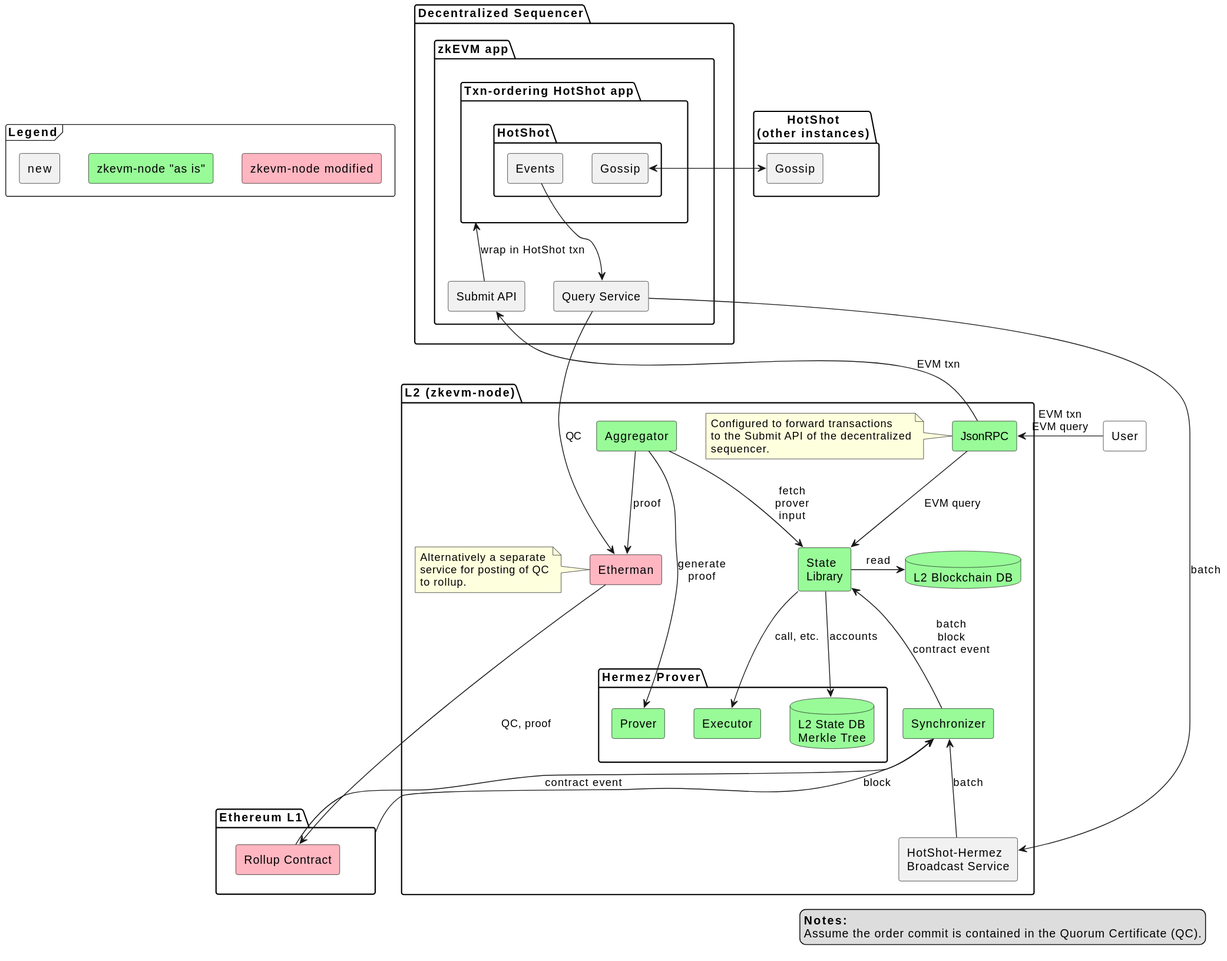
Above: doc/architecture.svg in EspressoSystems/espresso-sequencer (PlantUML), before the change.
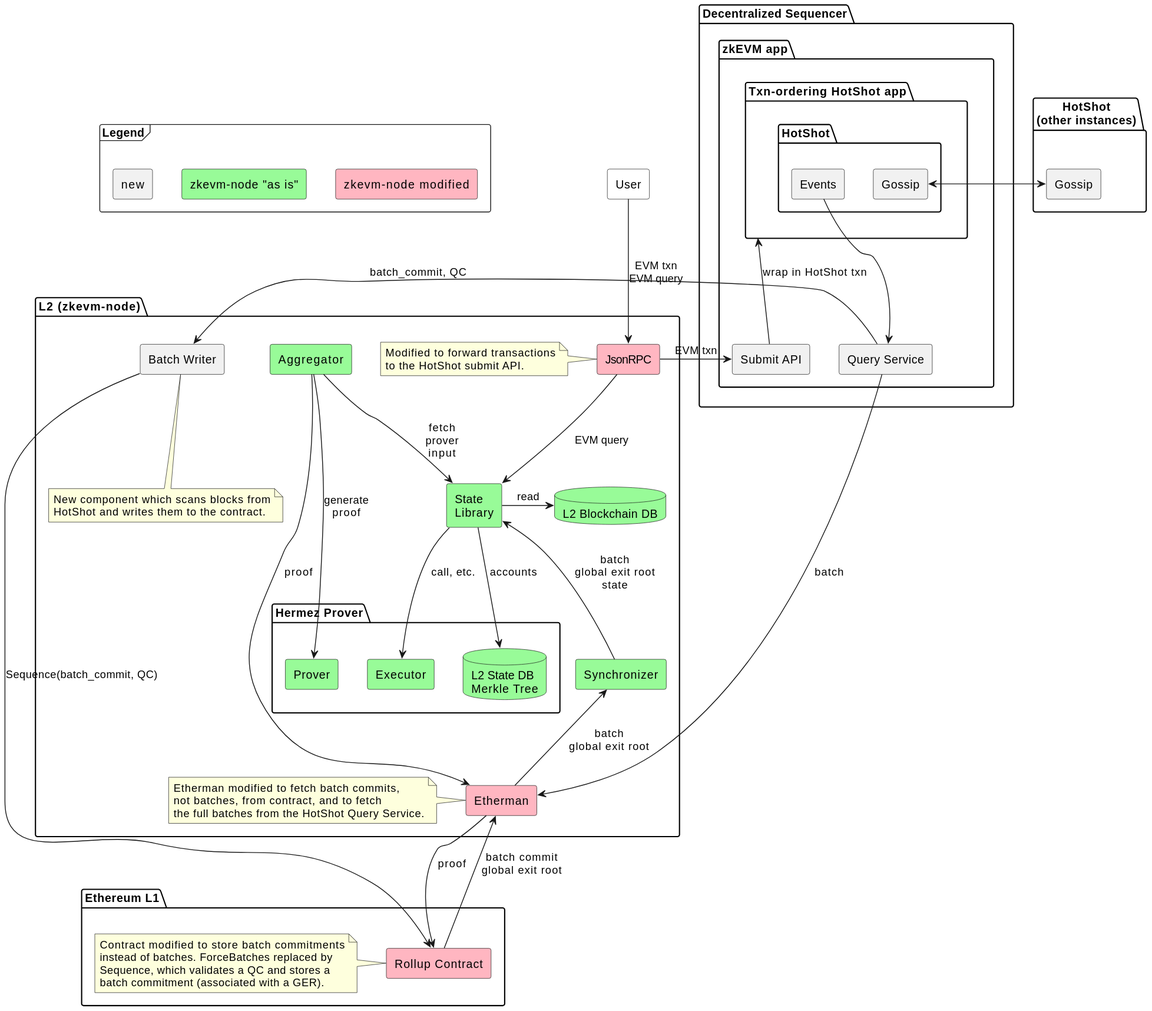
The same diagram one commit later.

Commit message:
Architecture diagrams for HotShot-as-untrusted-sequencer integration

Change to the diagram source:
```diff
@@ -1,10 +1,5 @@
 @startuml
 skinparam componentStyle rectangle
-
-legend right
-  <b>Notes:</b>
-  Assume the order commit is contained in the Quorum Certificate (QC).
-endlegend
 
 frame Legend {
   component "zkevm-node "as is"" as Original #PaleGreen
@@ -33,18 +28,22 @@
   }
 }
 
-
 package "Ethereum L1" as L1 {
   component "Rollup Contract" as Rollup #LightPink
+  note left of Rollup
+    Contract modified to store batch commitments
+    instead of batches. ForceBatches replaced by
+    Sequence, which validates a QC and stores a
+    batch commitment (associated with a GER).
+  end note
 }
 
 
 package "L2 (zkevm-node)" as L2 {
-  component JsonRPC #PaleGreen
+  component JsonRPC #LightPink
   note left of JsonRPC
-    Configured to forward transactions
-    to the Submit API of the decentralized
-    sequencer.
+    Modified to forward transactions
+    to the HotShot submit API.
   end note
   database L2DB #PaleGreen [
     L2 Blockchain DB
@@ -59,25 +58,28 @@
   }
   component Etherman #LightPink
   note left of Etherman
-    Alternatively a separate
-    service for posting of QC
-    to rollup.
+    Etherman modified to fetch batch commits,
+    not batches, from contract, and to fetch
+    the full batches from the HotShot Query Service.
   end note
   component Aggregator #PaleGreen
   component "State\nLibrary" as State #PaleGreen
-  component "HotShot-Hermez\nBroadcast Service" as Broadcast
   component Synchronizer #PaleGreen
+  component "Batch Writer" as BatchWriter
+  note bottom of BatchWriter
+    New component which scans blocks from
+    HotShot and writes them to the contract.
+  end note
 }
 
-User -> JsonRPC: EVM txn\nEVM query
+User -down-> JsonRPC: EVM txn\nEVM query
 
-JsonRPC -up-> Submit: EVM txn
+JsonRPC -> Submit: EVM txn
 
 GossipInternal <-> GossipExternal
 
-QueryService --> Broadcast: batch
-QueryService -> Etherman: QC
-
+QueryService -> BatchWriter: batch_commit, QC
+BatchWriter -> Rollup: Sequence(batch_commit, QC)
 
 JsonRPC --> State: EVM query
 
@@ -88,12 +90,13 @@
 Aggregator --> State: fetch\nprover\ninput
 Aggregator --> Etherman: proof
 Aggregator --> Prover: generate\nproof
-Etherman --> Rollup: QC, proof
-Synchronizer <-- Rollup: contract event
-Synchronizer <-- L1: block
-Synchronizer <-- Broadcast: batch
-State <-- Synchronizer: batch\nblock\ncontract event
+Etherman --> Rollup: proof
+Etherman <- Rollup: batch commit\nglobal exit root
+Etherman <- QueryService: batch
+Synchronizer <-- Etherman: batch\nglobal exit root
+State <-- Synchronizer: batch\nglobal exit root\nstate
 
 Submit -up-> App: wrap in HotShot txn
 HotShotEvents -down-> QueryService
+
 @enduml
```
